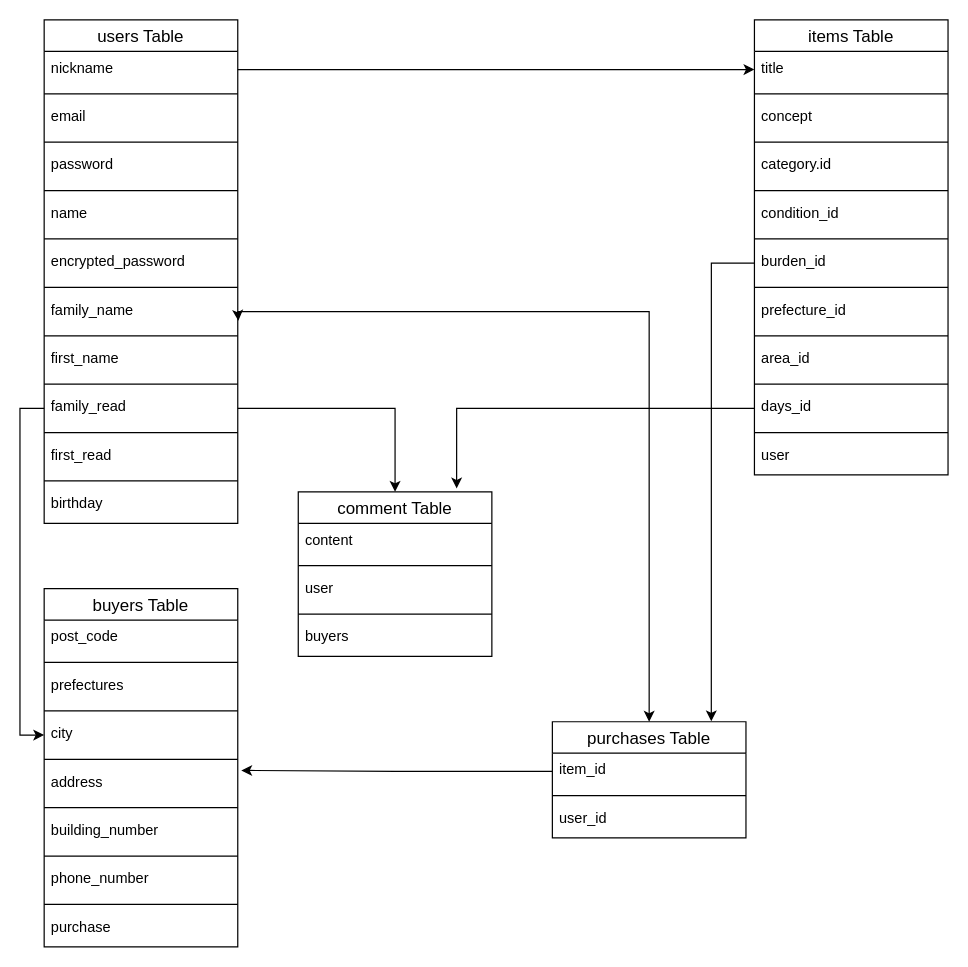
Above: test.dio in xingyoudeac/furima-34365 (draw.io), before the change. Source tidied: cells renumbered, new cells numbered last; positions are measured from the earlier drawing's top-left corner, leaving out a move shared by most shapes. Both pictures are drawn from the tidied source at 121%, with x=0, y=0 at pixel (44, 19).
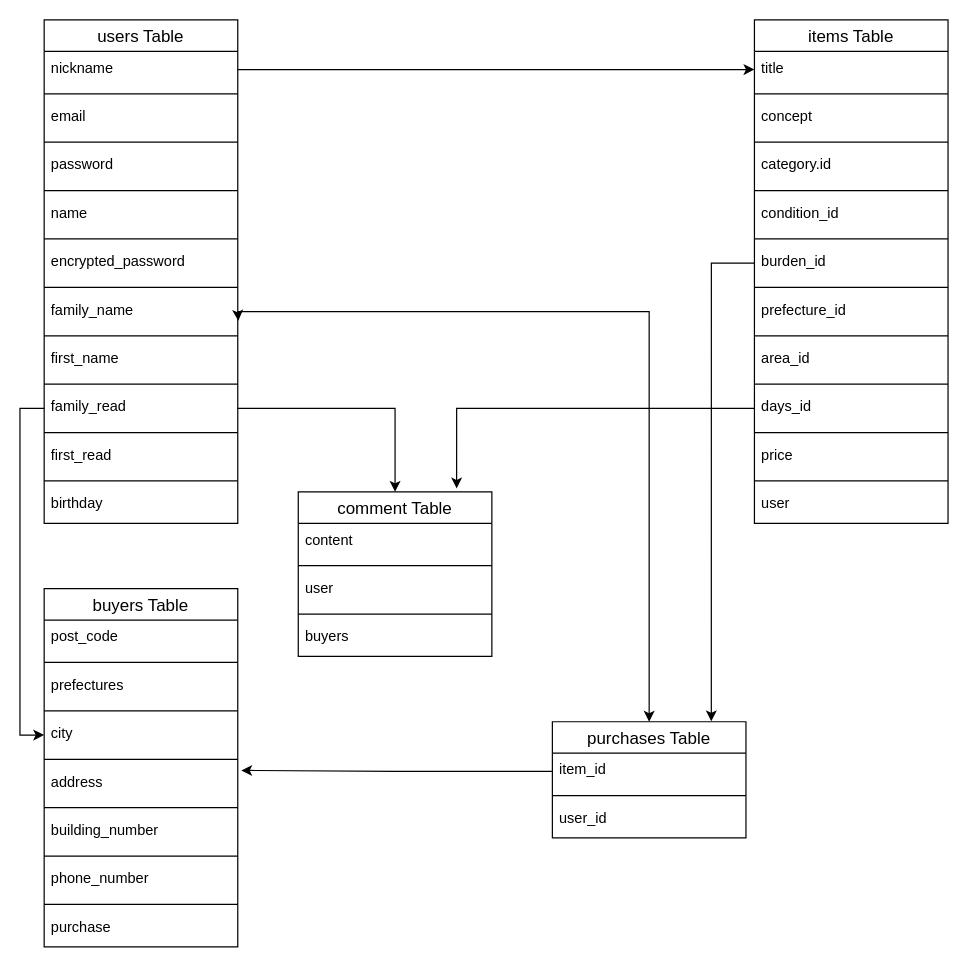
The same page after the edit.

Change to the diagram source:
```diff
@@
     <mxCell id="23" value="items Table" style="swimlane;fontStyle=0;horizontal=1;startSize=26;align=center;fontSize=14;" parent="1" vertex="1">
-      <mxGeometry x="587" width="160" height="376" as="geometry" />
+      <mxGeometry x="587" width="160" height="416" as="geometry" />
     </mxCell>
@@
-    <mxCell id="41" value="user" style="text;strokeColor=none;fillColor=none;spacingLeft=4;spacingRight=4;overflow=hidden;fontSize=12;" parent="23" vertex="1">
+    <mxCell id="41" value="price" style="text;strokeColor=none;fillColor=none;spacingLeft=4;spacingRight=4;overflow=hidden;fontSize=12;" parent="23" vertex="1">
       <mxGeometry y="346" width="160" height="30" as="geometry" />
     </mxCell>
+    <mxCell id="73" style="line;strokeWidth=1;dashed=0;labelPosition=right;align=left;verticalAlign=middle;spacingTop=0;spacingLeft=6;" parent="23" vertex="1">
+      <mxGeometry y="376" width="160" height="10" as="geometry" />
+    </mxCell>
+    <mxCell id="74" value="user" style="text;strokeColor=none;fillColor=none;spacingLeft=4;spacingRight=4;overflow=hidden;fontSize=12;" parent="23" vertex="1">
+      <mxGeometry y="386" width="160" height="30" as="geometry" />
+    </mxCell>
```
